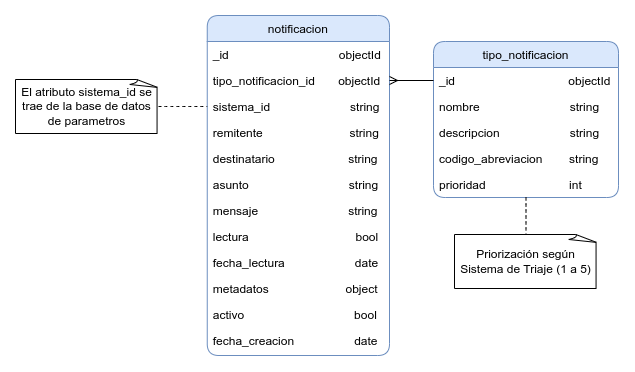
Earlier version of the draw.io export database/notificaciones_crud.png (udistrital/notificaciones_crud). Source tidied: cells renumbered, new cells last; positions are measured from the earlier drawing's top-left corner, leaving out a move shared by most shapes.
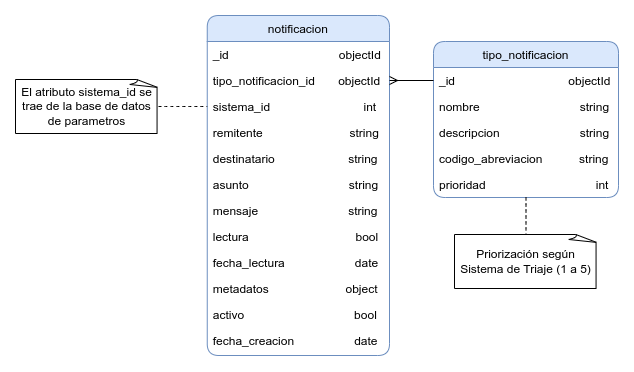
Later version of the same file.

What changed in the source:
```diff
@@ -11,7 +11,7 @@
     <mxCell id="4" value="tipo_notificacion_id       objectId" style="text;align=left;verticalAlign=top;spacingLeft=4;spacingRight=4;overflow=hidden;points=[[0,0.5],[1,0.5]];portConstraint=eastwest;" parent="2" vertex="1">
       <mxGeometry y="52" width="182.2" height="26" as="geometry" />
     </mxCell>
-    <mxCell id="5" value="sistema_id                        string" style="text;align=left;verticalAlign=top;spacingLeft=4;spacingRight=4;overflow=hidden;points=[[0,0.5],[1,0.5]];portConstraint=eastwest;" parent="2" vertex="1">
+    <mxCell id="5" value="sistema_id                            int" style="text;align=left;verticalAlign=top;spacingLeft=4;spacingRight=4;overflow=hidden;points=[[0,0.5],[1,0.5]];portConstraint=eastwest;" parent="2" vertex="1">
       <mxGeometry y="78" width="182.2" height="26" as="geometry" />
     </mxCell>
     <mxCell id="6" value="remitente                          string" style="text;align=left;verticalAlign=top;spacingLeft=4;spacingRight=4;overflow=hidden;rounded=0;shadow=0;html=0;" parent="2" vertex="1">
@@ -47,16 +47,16 @@
     <mxCell id="16" value="_id                                  objectId" style="text;align=left;verticalAlign=top;spacingLeft=4;spacingRight=4;overflow=hidden;points=[[0,0.5],[1,0.5]];portConstraint=eastwest;" parent="15" vertex="1">
       <mxGeometry y="26" width="185" height="26" as="geometry" />
     </mxCell>
-    <mxCell id="17" value="nombre                           string" style="text;align=left;verticalAlign=top;spacingLeft=4;spacingRight=4;overflow=hidden;" parent="15" vertex="1">
+    <mxCell id="17" value="nombre                              string" style="text;align=left;verticalAlign=top;spacingLeft=4;spacingRight=4;overflow=hidden;" parent="15" vertex="1">
       <mxGeometry y="52" width="185" height="26" as="geometry" />
     </mxCell>
-    <mxCell id="18" value="descripcion                     string" style="text;align=left;verticalAlign=top;spacingLeft=4;spacingRight=4;overflow=hidden;" parent="15" vertex="1">
+    <mxCell id="18" value="descripcion                        string" style="text;align=left;verticalAlign=top;spacingLeft=4;spacingRight=4;overflow=hidden;" parent="15" vertex="1">
       <mxGeometry y="78" width="185" height="26" as="geometry" />
     </mxCell>
-    <mxCell id="19" value="codigo_abreviacion        string" style="text;align=left;verticalAlign=top;spacingLeft=4;spacingRight=4;overflow=hidden;" parent="15" vertex="1">
+    <mxCell id="19" value="codigo_abreviacion           string" style="text;align=left;verticalAlign=top;spacingLeft=4;spacingRight=4;overflow=hidden;" parent="15" vertex="1">
       <mxGeometry y="104" width="185" height="26" as="geometry" />
     </mxCell>
-    <mxCell id="20" value="prioridad                         int" style="text;align=left;verticalAlign=top;spacingLeft=4;spacingRight=4;overflow=hidden;points=[[0,0.5],[1,0.5]];portConstraint=eastwest;" parent="15" vertex="1">
+    <mxCell id="20" value="prioridad                                 int" style="text;align=left;verticalAlign=top;spacingLeft=4;spacingRight=4;overflow=hidden;points=[[0,0.5],[1,0.5]];portConstraint=eastwest;" parent="15" vertex="1">
       <mxGeometry y="130" width="185" height="26" as="geometry" />
     </mxCell>
     <mxCell id="21" style="edgeStyle=orthogonalEdgeStyle;rounded=0;jettySize=auto;html=1;exitX=0;exitY=0.5;exitDx=0;exitDy=0;entryX=1;entryY=0.5;entryDx=0;entryDy=0;endArrow=ERmany;endFill=0;" parent="1" edge="1" source="16" target="4">
```
